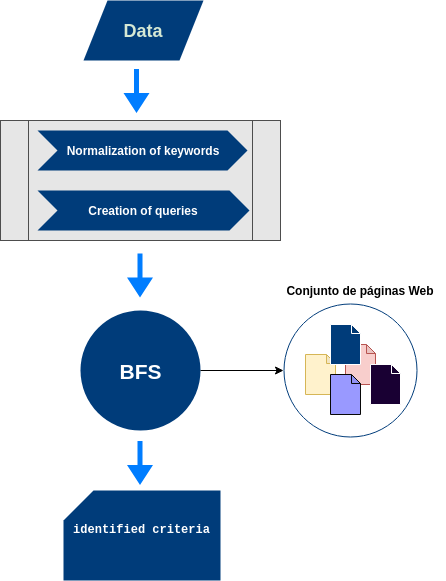
The draw.io diagram resources/modeloBase.png in joserafael97/auditor-crawler, before a commit. Source tidied: cells renumbered, new cells last; positions are measured from the earlier drawing's top-left corner, leaving out a move shared by most shapes.
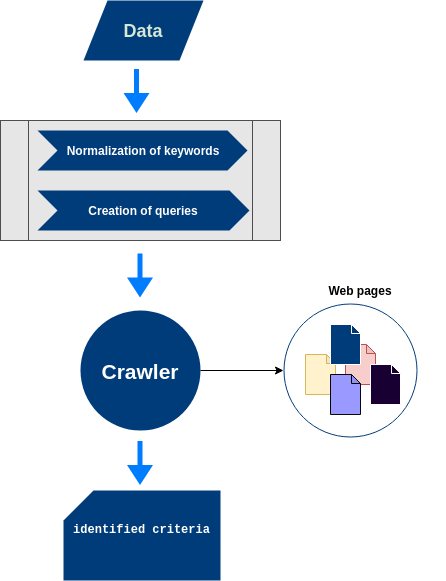
Above is the later version.

Change to the diagram source:
```diff
@@ -20,7 +20,7 @@
         <mxPoint x="136" y="113" as="targetPoint" />
       </mxGeometry>
     </mxCell>
-    <mxCell id="7" value="&lt;font color=&quot;#ffffff&quot; size=&quot;1&quot;&gt;&lt;b style=&quot;font-size: 21px&quot;&gt;BFS&lt;/b&gt;&lt;/font&gt;" style="ellipse;whiteSpace=wrap;html=1;fillColor=#003C7A;strokeColor=none;" parent="1" vertex="1">
+    <mxCell id="7" value="&lt;font color=&quot;#ffffff&quot;&gt;&lt;span style=&quot;font-size: 21px&quot;&gt;&lt;b&gt;Crawler&lt;/b&gt;&lt;/span&gt;&lt;/font&gt;" style="ellipse;whiteSpace=wrap;html=1;fillColor=#003C7A;strokeColor=none;" parent="1" vertex="1">
       <mxGeometry x="80" y="310" width="120" height="120" as="geometry" />
     </mxCell>
     <mxCell id="8" value="&lt;div&gt;&lt;font color=&quot;#ffffff&quot;&gt;&lt;b&gt;Creation of queries&lt;/b&gt;&lt;/font&gt;&lt;/div&gt;" style="shape=step;perimeter=stepPerimeter;whiteSpace=wrap;html=1;fixedSize=1;fillColor=#003C7A;strokeColor=none;" parent="1" vertex="1">
@@ -61,7 +61,7 @@
     <mxCell id="17" style="shape=note;whiteSpace=wrap;html=1;backgroundOutline=1;darkOpacity=0.05;strokeColor=#080808;fillColor=#9999FF;size=9;" parent="1" vertex="1">
       <mxGeometry x="330" y="374" width="30" height="40" as="geometry" />
     </mxCell>
-    <mxCell id="18" value="&lt;b&gt;Conjunto de páginas Web&lt;/b&gt;" style="text;html=1;strokeColor=none;fillColor=none;align=center;verticalAlign=middle;whiteSpace=wrap;rounded=0;" parent="1" vertex="1">
+    <mxCell id="18" value="&lt;b&gt;Web pages&lt;/b&gt;" style="text;html=1;strokeColor=none;fillColor=none;align=center;verticalAlign=middle;whiteSpace=wrap;rounded=0;" parent="1" vertex="1">
       <mxGeometry x="275" y="280" width="170" height="20" as="geometry" />
     </mxCell>
   </root>
```
